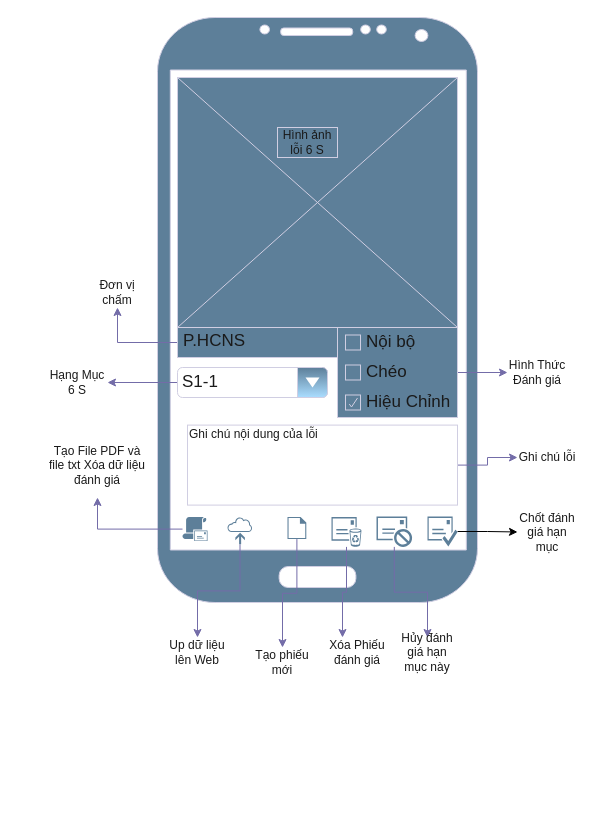
Before: page "Mobile-Local" (1 of 2) of 6S.drawio in NTcse/draw, a draw.io diagram. Source tidied: cells renumbered, new cells numbered last; positions are measured from the earlier drawing's top-left corner, leaving out a move shared by most shapes. Both pictures are drawn from the tidied source at 100%, with x=0, y=0 at pixel (47, 17).
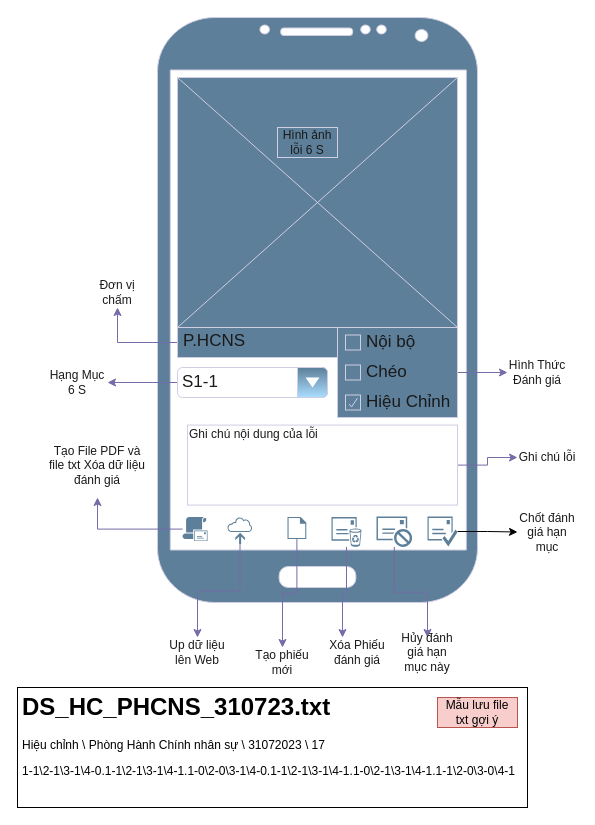
After the change.

What changed in the source:
```diff
@@
+    <mxCell id="38" style="group;" parent="1" vertex="1">
+      <mxGeometry x="-30" y="670" width="510" height="120" as="geometry" />
+    </mxCell>
+    <mxCell id="39" value="&lt;h1&gt;DS_HC_PHCNS_310723.txt&lt;br&gt;&lt;/h1&gt;&lt;p&gt;Hiệu chỉnh \ Phòng Hành Chính nhân sự \ 31072023 \ 17&lt;/p&gt;&lt;p&gt;1-1\2-1\3-1\4-0.&lt;span style=&quot;background-color: initial;&quot;&gt;1-1\2-1\3-1\4-1.&lt;/span&gt;&lt;span style=&quot;background-color: initial;&quot;&gt;1-0\2-0\3-1\4-0.&lt;/span&gt;&lt;span style=&quot;background-color: initial;&quot;&gt;1-1\2-1\3-1\4-1.&lt;/span&gt;&lt;span style=&quot;background-color: initial;&quot;&gt;1-0\2-1\3-1\4-1.&lt;/span&gt;&lt;span style=&quot;background-color: initial;&quot;&gt;1-1\2-0\3-0\4-1&lt;/span&gt;&lt;/p&gt;&lt;p&gt;&lt;br&gt;&lt;/p&gt;" style="text;html=1;strokeColor=default;fillColor=none;spacing=5;spacingTop=-20;whiteSpace=wrap;overflow=hidden;rounded=0;" parent="38" vertex="1">
+      <mxGeometry width="510" height="120" as="geometry" />
+    </mxCell>
+    <mxCell id="40" value="Mẫu lưu file txt gợi ý" style="text;html=1;strokeColor=#b85450;fillColor=#f8cecc;align=center;verticalAlign=middle;whiteSpace=wrap;rounded=0;" parent="38" vertex="1">
+      <mxGeometry x="420" y="10" width="80" height="30" as="geometry" />
+    </mxCell>
```
